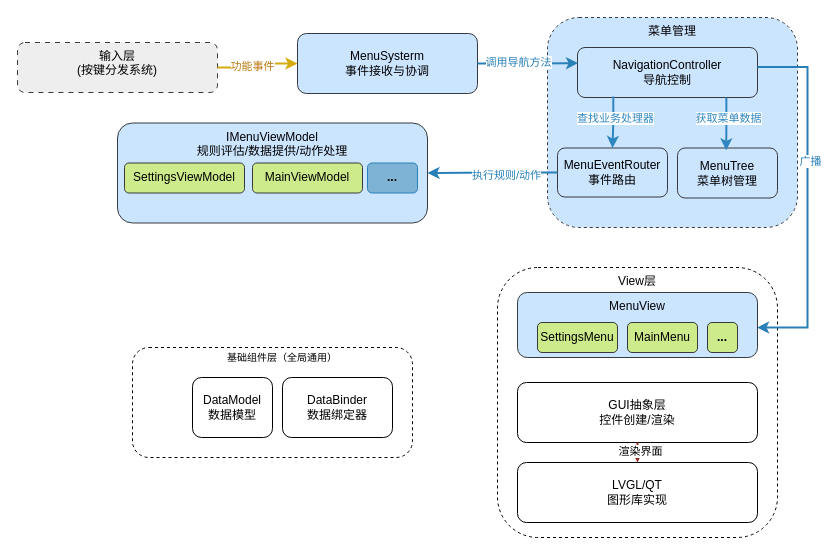
Above: page "菜单分层图" (13 of 13) of PDR.drawio in liyunhao2/technology (draw.io), before the change. Source tidied: cells renumbered, new cells numbered last; positions are measured from the earlier drawing's top-left corner, leaving out a move shared by most shapes. Both pictures are drawn from the tidied source at 100%, with x=0, y=0 at pixel (17, 17).
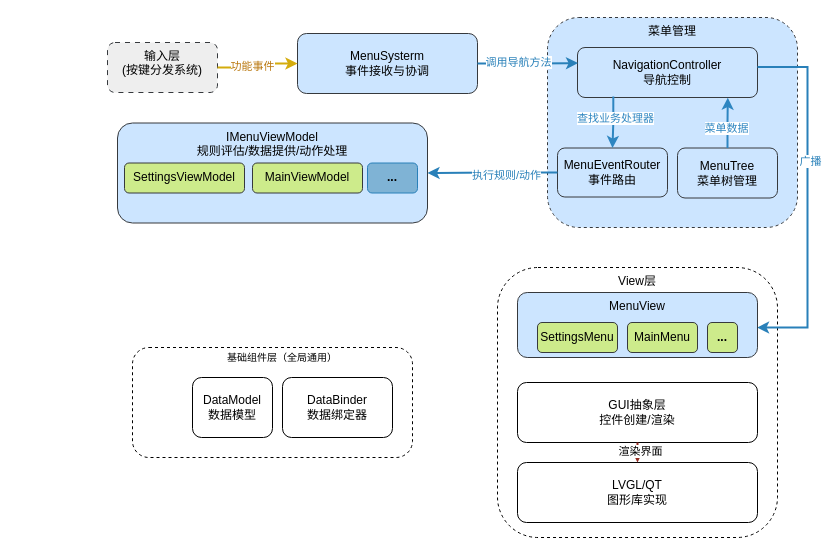
The same page after the edit.

The change refers to these unchanged cells:
```xml
<mxCell id="10" value="NavigationController&lt;br&gt;导航控制" style="rounded=1;whiteSpace=wrap;html=1;fillColor=#cce5ff;strokeColor=#36393d;fontSize=12;" parent="1" vertex="1">
  <mxGeometry x="560" y="30" width="180" height="50" as="geometry" />
</mxCell>
<mxCell id="12" value="MenuTree&lt;br&gt;菜单树管理" style="rounded=1;whiteSpace=wrap;html=1;fillColor=#cce5ff;strokeColor=#36393d;fontSize=12;fontStyle=0;" parent="1" vertex="1">
  <mxGeometry x="660" y="130.5" width="100" height="50" as="geometry" />
</mxCell>
```

Diff of the diagram source:
```diff
@@
     <mxCell id="7" value="输入层&lt;br&gt;(按键分发系统)" style="rounded=1;whiteSpace=wrap;html=1;fillColor=#eeeeee;strokeColor=#36393d;dashed=1;dashPattern=5 5;fontSize=12;fontStyle=0;verticalAlign=top;" parent="1" vertex="1">
-      <mxGeometry y="25" width="200" height="50" as="geometry" />
+      <mxGeometry x="90" y="25" width="110" height="50" as="geometry" />
     </mxCell>
@@
-    <mxCell id="35" style="edgeStyle=orthogonalEdgeStyle;rounded=0;html=1;endArrow=classic;strokeColor=#2E86C1;strokeWidth=2;exitX=0.827;exitY=0.999;exitDx=0;exitDy=0;exitPerimeter=0;entryX=0.487;entryY=0.047;entryDx=0;entryDy=0;entryPerimeter=0;" parent="1" edge="1" source="10" target="12">
+    <mxCell id="35" style="edgeStyle=orthogonalEdgeStyle;rounded=0;html=1;endArrow=classic;strokeColor=#2E86C1;strokeWidth=2;entryX=0.835;entryY=1.003;entryDx=0;entryDy=0;entryPerimeter=0;exitX=0.5;exitY=0;exitDx=0;exitDy=0;" parent="1" edge="1" source="12" target="10">
       <mxGeometry relative="1" as="geometry" />
     </mxCell>
-    <mxCell id="36" value="获取菜单数据" style="edgeLabel;html=1;align=center;verticalAlign=middle;fontSize=11;fontColor=#2E86C1;" parent="35" vertex="1">
+    <mxCell id="36" value="菜单数据" style="edgeLabel;html=1;align=center;verticalAlign=middle;fontSize=11;fontColor=#2E86C1;" parent="35" vertex="1">
       <mxGeometry x="-0.2" y="2" relative="1" as="geometry" />
     </mxCell>
```
